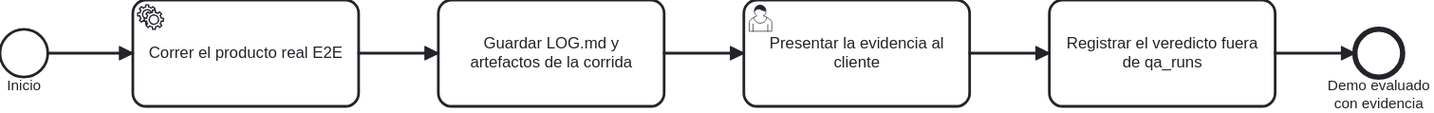
The BPMN diagram docs/atlas/render/15-gemba-as-is.svg in ArmandoMedina/jidoka, before a commit. Its source is kept beside it as docs/atlas/10-ritual/15-gemba-as-is.bpmn. Ids are renumbered. Source of this version:
```xml
<bpmn:definitions xmlns:bpmn="http://www.omg.org/spec/BPMN/20100524/MODEL" xmlns:bpmndi="http://www.omg.org/spec/BPMN/20100524/DI" xmlns:dc="http://www.omg.org/spec/DD/20100524/DC" xmlns:di="http://www.omg.org/spec/DD/20100524/DI" xmlns:xsi="http://www.w3.org/2001/XMLSchema-instance" id="Definitions_15_Gemba" targetNamespace="https://github.com/ArmandoMedina/jidoka/process-atlas" exporter="OpenAI BPMN Atlas Generator" exporterVersion="0.2" xmlns:modeler="http://camunda.org/schema/modeler/1.0" modeler:executionPlatform="Camunda Platform" modeler:executionPlatformVersion="7.18.0">
  <bpmn:process id="Process_Gemba" name="/jidoka:gemba — demostrar el incremento" isExecutable="false">
    <bpmn:documentation>Fuente: .claude/commands/jidoka/gemba.md</bpmn:documentation>
    <bpmn:startEvent id="Start" name="Inicio">
      <bpmn:outgoing>F_Start_Task_Correr</bpmn:outgoing>
    </bpmn:startEvent>
    <bpmn:serviceTask id="Task_Correr" name="Correr el producto real E2E">
      <bpmn:incoming>F_Start_Task_Correr</bpmn:incoming>
      <bpmn:outgoing>F_Task_Correr_Task_Evidencia</bpmn:outgoing>
    </bpmn:serviceTask>
    <bpmn:sequenceFlow id="F_Start_Task_Correr" sourceRef="Start" targetRef="Task_Correr"/>
    <bpmn:task id="Task_Evidencia" name="Guardar LOG.md y artefactos de la corrida">
      <bpmn:incoming>F_Task_Correr_Task_Evidencia</bpmn:incoming>
      <bpmn:outgoing>F_Task_Evidencia_Task_Presentar</bpmn:outgoing>
    </bpmn:task>
    <bpmn:sequenceFlow id="F_Task_Correr_Task_Evidencia" sourceRef="Task_Correr" targetRef="Task_Evidencia"/>
    <bpmn:userTask id="Task_Presentar" name="Presentar la evidencia al cliente">
      <bpmn:incoming>F_Task_Evidencia_Task_Presentar</bpmn:incoming>
      <bpmn:outgoing>F_Task_Presentar_Task_Vercedicto</bpmn:outgoing>
    </bpmn:userTask>
    <bpmn:sequenceFlow id="F_Task_Evidencia_Task_Presentar" sourceRef="Task_Evidencia" targetRef="Task_Presentar"/>
    <bpmn:task id="Task_Vercedicto" name="Registrar el veredicto fuera de qa_runs">
      <bpmn:incoming>F_Task_Presentar_Task_Vercedicto</bpmn:incoming>
      <bpmn:outgoing>F_Task_Vercedicto_End</bpmn:outgoing>
    </bpmn:task>
    <bpmn:sequenceFlow id="F_Task_Presentar_Task_Vercedicto" sourceRef="Task_Presentar" targetRef="Task_Vercedicto"/>
    <bpmn:endEvent id="End" name="Demo evaluado con evidencia">
      <bpmn:incoming>F_Task_Vercedicto_End</bpmn:incoming>
    </bpmn:endEvent>
    <bpmn:sequenceFlow id="F_Task_Vercedicto_End" sourceRef="Task_Vercedicto" targetRef="End"/>
  </bpmn:process>
  <bpmndi:BPMNDiagram id="Diagram_15_Gemba">
    <bpmndi:BPMNPlane id="Plane_Diagram_15_Gemba" bpmnElement="Process_Gemba">
      <bpmndi:BPMNShape id="Shape_Start" bpmnElement="Start">
        <dc:Bounds x="80" y="220" width="36" height="36"/>
      </bpmndi:BPMNShape>
      <bpmndi:BPMNShape id="Shape_Task_Correr" bpmnElement="Task_Correr">
        <dc:Bounds x="180" y="198" width="170" height="80"/>
      </bpmndi:BPMNShape>
      <bpmndi:BPMNEdge id="Edge_F_Start_Task_Correr" bpmnElement="F_Start_Task_Correr">
        <di:waypoint x="116" y="238"/>
        <di:waypoint x="180" y="238"/>
      </bpmndi:BPMNEdge>
      <bpmndi:BPMNShape id="Shape_Task_Evidencia" bpmnElement="Task_Evidencia">
        <dc:Bounds x="410" y="198" width="170" height="80"/>
      </bpmndi:BPMNShape>
      <bpmndi:BPMNEdge id="Edge_F_Task_Correr_Task_Evidencia" bpmnElement="F_Task_Correr_Task_Evidencia">
        <di:waypoint x="350" y="238"/>
        <di:waypoint x="410" y="238"/>
      </bpmndi:BPMNEdge>
      <bpmndi:BPMNShape id="Shape_Task_Presentar" bpmnElement="Task_Presentar">
        <dc:Bounds x="640" y="198" width="170" height="80"/>
      </bpmndi:BPMNShape>
      <bpmndi:BPMNEdge id="Edge_F_Task_Evidencia_Task_Presentar" bpmnElement="F_Task_Evidencia_Task_Presentar">
        <di:waypoint x="580" y="238"/>
        <di:waypoint x="640" y="238"/>
      </bpmndi:BPMNEdge>
      <bpmndi:BPMNShape id="Shape_Task_Vercedicto" bpmnElement="Task_Vercedicto">
        <dc:Bounds x="870" y="198" width="170" height="80"/>
      </bpmndi:BPMNShape>
      <bpmndi:BPMNEdge id="Edge_F_Task_Presentar_Task_Vercedicto" bpmnElement="F_Task_Presentar_Task_Vercedicto">
        <di:waypoint x="810" y="238"/>
        <di:waypoint x="870" y="238"/>
      </bpmndi:BPMNEdge>
      <bpmndi:BPMNShape id="Shape_End" bpmnElement="End">
        <dc:Bounds x="1100" y="220" width="36" height="36"/>
      </bpmndi:BPMNShape>
      <bpmndi:BPMNEdge id="Edge_F_Task_Vercedicto_End" bpmnElement="F_Task_Vercedicto_End">
        <di:waypoint x="1040" y="238"/>
        <di:waypoint x="1100" y="238"/>
      </bpmndi:BPMNEdge>
    </bpmndi:BPMNPlane>
  </bpmndi:BPMNDiagram>
</bpmn:definitions>
```
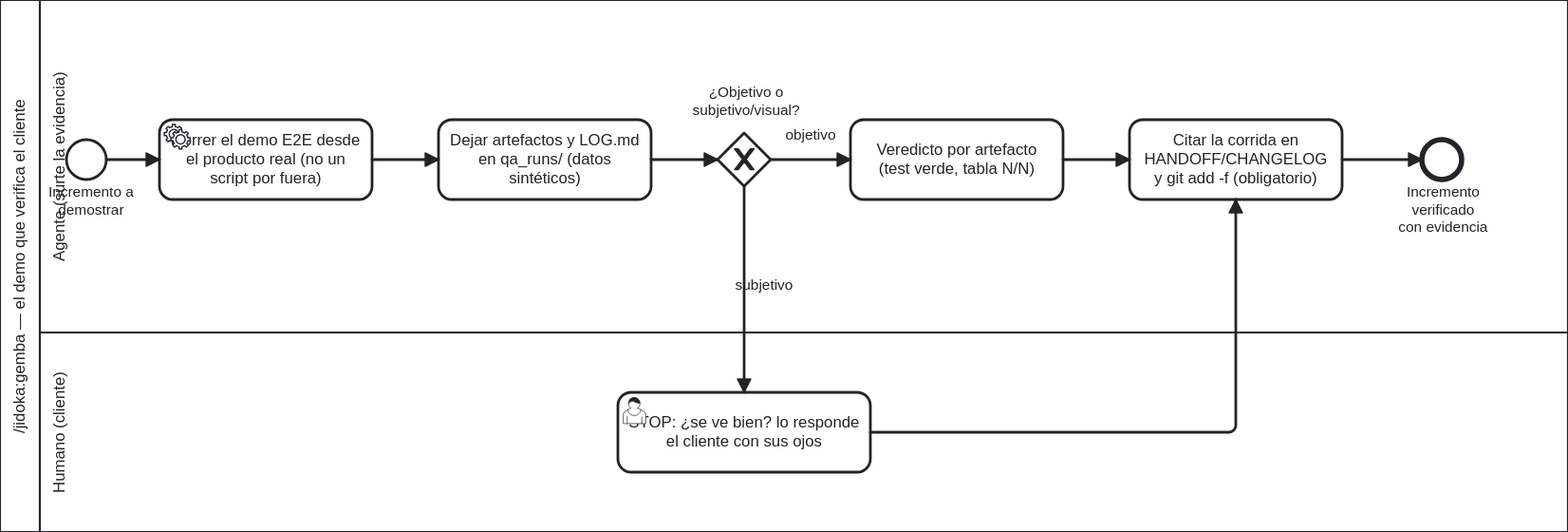
The same file after the commit.

Diff of the diagram source:
```diff
@@ -1,73 +1,134 @@
-<bpmn:definitions xmlns:bpmn="http://www.omg.org/spec/BPMN/20100524/MODEL" xmlns:bpmndi="http://www.omg.org/spec/BPMN/20100524/DI" xmlns:dc="http://www.omg.org/spec/DD/20100524/DC" xmlns:di="http://www.omg.org/spec/DD/20100524/DI" xmlns:xsi="http://www.w3.org/2001/XMLSchema-instance" id="Definitions_15_Gemba" targetNamespace="https://github.com/ArmandoMedina/jidoka/process-atlas" exporter="OpenAI BPMN Atlas Generator" exporterVersion="0.2" xmlns:modeler="http://camunda.org/schema/modeler/1.0" modeler:executionPlatform="Camunda Platform" modeler:executionPlatformVersion="7.18.0">
-  <bpmn:process id="Process_Gemba" name="/jidoka:gemba — demostrar el incremento" isExecutable="false">
-    <bpmn:documentation>Fuente: .claude/commands/jidoka/gemba.md</bpmn:documentation>
-    <bpmn:startEvent id="Start" name="Inicio">
-      <bpmn:outgoing>F_Start_Task_Correr</bpmn:outgoing>
+<bpmn:definitions xmlns:bpmn="http://www.omg.org/spec/BPMN/20100524/MODEL" xmlns:bpmndi="http://www.omg.org/spec/BPMN/20100524/DI" xmlns:dc="http://www.omg.org/spec/DD/20100524/DC" xmlns:di="http://www.omg.org/spec/DD/20100524/DI" xmlns:xsi="http://www.w3.org/2001/XMLSchema-instance" id="Definitions_15_Gemba" targetNamespace="https://github.com/ArmandoMedina/jidoka/process-atlas" exporter="Jidoka Atlas" exporterVersion="0.3" xmlns:modeler="http://camunda.org/schema/modeler/1.0" modeler:executionPlatform="Camunda Platform" modeler:executionPlatformVersion="7.18.0">
+  <bpmn:collaboration id="Collab_Gemba">
+    <bpmn:participant id="Pool_Gemba" name="/jidoka:gemba — el demo que verifica el cliente" processRef="Process_Gemba"/>
+  </bpmn:collaboration>
+  <bpmn:process id="Process_Gemba" name="/jidoka:gemba — producir la evidencia real del incremento" isExecutable="false">
+    <bpmn:documentation>Fuente: .claude/commands/jidoka/gemba.md. Carriles: el Agente corre el demo y surte la evidencia; el checkpoint visual lo responde el Humano con sus ojos.</bpmn:documentation>
+    <bpmn:laneSet id="LaneSet_Gemba">
+      <bpmn:lane id="Lane_Agente" name="Agente (surte la evidencia)">
+        <bpmn:flowNodeRef>Start</bpmn:flowNodeRef>
+        <bpmn:flowNodeRef>T_CorrerDemo</bpmn:flowNodeRef>
+        <bpmn:flowNodeRef>T_Artefactos</bpmn:flowNodeRef>
+        <bpmn:flowNodeRef>Gw_Tipo</bpmn:flowNodeRef>
+        <bpmn:flowNodeRef>T_Veredicto</bpmn:flowNodeRef>
+        <bpmn:flowNodeRef>T_Citar</bpmn:flowNodeRef>
+        <bpmn:flowNodeRef>End</bpmn:flowNodeRef>
+      </bpmn:lane>
+      <bpmn:lane id="Lane_Humano" name="Humano (cliente)">
+        <bpmn:flowNodeRef>U_Cliente</bpmn:flowNodeRef>
+      </bpmn:lane>
+    </bpmn:laneSet>
+    <bpmn:startEvent id="Start" name="Incremento a demostrar">
+      <bpmn:outgoing>f1</bpmn:outgoing>
     </bpmn:startEvent>
-    <bpmn:serviceTask id="Task_Correr" name="Correr el producto real E2E">
-      <bpmn:incoming>F_Start_Task_Correr</bpmn:incoming>
-      <bpmn:outgoing>F_Task_Correr_Task_Evidencia</bpmn:outgoing>
+    <bpmn:serviceTask id="T_CorrerDemo" name="Correr el demo E2E desde el producto real (no un script por fuera)">
+      <bpmn:incoming>f1</bpmn:incoming>
+      <bpmn:outgoing>f2</bpmn:outgoing>
     </bpmn:serviceTask>
-    <bpmn:sequenceFlow id="F_Start_Task_Correr" sourceRef="Start" targetRef="Task_Correr"/>
-    <bpmn:task id="Task_Evidencia" name="Guardar LOG.md y artefactos de la corrida">
-      <bpmn:incoming>F_Task_Correr_Task_Evidencia</bpmn:incoming>
-      <bpmn:outgoing>F_Task_Evidencia_Task_Presentar</bpmn:outgoing>
+    <bpmn:task id="T_Artefactos" name="Dejar artefactos y LOG.md en qa_runs/ (datos sintéticos)">
+      <bpmn:incoming>f2</bpmn:incoming>
+      <bpmn:outgoing>f3</bpmn:outgoing>
     </bpmn:task>
-    <bpmn:sequenceFlow id="F_Task_Correr_Task_Evidencia" sourceRef="Task_Correr" targetRef="Task_Evidencia"/>
-    <bpmn:userTask id="Task_Presentar" name="Presentar la evidencia al cliente">
-      <bpmn:incoming>F_Task_Evidencia_Task_Presentar</bpmn:incoming>
-      <bpmn:outgoing>F_Task_Presentar_Task_Vercedicto</bpmn:outgoing>
+    <bpmn:exclusiveGateway id="Gw_Tipo" name="¿Objetivo o subjetivo/visual?">
+      <bpmn:incoming>f3</bpmn:incoming>
+      <bpmn:outgoing>f_obj</bpmn:outgoing>
+      <bpmn:outgoing>f_subj</bpmn:outgoing>
+    </bpmn:exclusiveGateway>
+    <bpmn:task id="T_Veredicto" name="Veredicto por artefacto (test verde, tabla N/N)">
+      <bpmn:incoming>f_obj</bpmn:incoming>
+      <bpmn:outgoing>f_ver_citar</bpmn:outgoing>
+    </bpmn:task>
+    <bpmn:userTask id="U_Cliente" name="STOP: ¿se ve bien? lo responde el cliente con sus ojos">
+      <bpmn:incoming>f_subj</bpmn:incoming>
+      <bpmn:outgoing>f_cli_citar</bpmn:outgoing>
     </bpmn:userTask>
-    <bpmn:sequenceFlow id="F_Task_Evidencia_Task_Presentar" sourceRef="Task_Evidencia" targetRef="Task_Presentar"/>
-    <bpmn:task id="Task_Vercedicto" name="Registrar el veredicto fuera de qa_runs">
-      <bpmn:incoming>F_Task_Presentar_Task_Vercedicto</bpmn:incoming>
-      <bpmn:outgoing>F_Task_Vercedicto_End</bpmn:outgoing>
+    <bpmn:task id="T_Citar" name="Citar la corrida en HANDOFF/CHANGELOG y git add -f (obligatorio)">
+      <bpmn:incoming>f_ver_citar</bpmn:incoming>
+      <bpmn:incoming>f_cli_citar</bpmn:incoming>
+      <bpmn:outgoing>f_citar_end</bpmn:outgoing>
     </bpmn:task>
-    <bpmn:sequenceFlow id="F_Task_Presentar_Task_Vercedicto" sourceRef="Task_Presentar" targetRef="Task_Vercedicto"/>
-    <bpmn:endEvent id="End" name="Demo evaluado con evidencia">
-      <bpmn:incoming>F_Task_Vercedicto_End</bpmn:incoming>
+    <bpmn:endEvent id="End" name="Incremento verificado con evidencia">
+      <bpmn:incoming>f_citar_end</bpmn:incoming>
     </bpmn:endEvent>
-    <bpmn:sequenceFlow id="F_Task_Vercedicto_End" sourceRef="Task_Vercedicto" targetRef="End"/>
+    <bpmn:sequenceFlow id="f1" sourceRef="Start" targetRef="T_CorrerDemo"/>
+    <bpmn:sequenceFlow id="f2" sourceRef="T_CorrerDemo" targetRef="T_Artefactos"/>
+    <bpmn:sequenceFlow id="f3" sourceRef="T_Artefactos" targetRef="Gw_Tipo"/>
+    <bpmn:sequenceFlow id="f_obj" name="objetivo" sourceRef="Gw_Tipo" targetRef="T_Veredicto"/>
+    <bpmn:sequenceFlow id="f_subj" name="subjetivo" sourceRef="Gw_Tipo" targetRef="U_Cliente"/>
+    <bpmn:sequenceFlow id="f_ver_citar" sourceRef="T_Veredicto" targetRef="T_Citar"/>
+    <bpmn:sequenceFlow id="f_cli_citar" sourceRef="U_Cliente" targetRef="T_Citar"/>
+    <bpmn:sequenceFlow id="f_citar_end" sourceRef="T_Citar" targetRef="End"/>
   </bpmn:process>
   <bpmndi:BPMNDiagram id="Diagram_15_Gemba">
-    <bpmndi:BPMNPlane id="Plane_Diagram_15_Gemba" bpmnElement="Process_Gemba">
-      <bpmndi:BPMNShape id="Shape_Start" bpmnElement="Start">
-        <dc:Bounds x="80" y="220" width="36" height="36"/>
+    <bpmndi:BPMNPlane id="Plane_15_Gemba" bpmnElement="Collab_Gemba">
+      <bpmndi:BPMNShape id="S_Pool" bpmnElement="Pool_Gemba" isHorizontal="true">
+        <dc:Bounds x="160" y="80" width="1180" height="400"/>
       </bpmndi:BPMNShape>
-      <bpmndi:BPMNShape id="Shape_Task_Correr" bpmnElement="Task_Correr">
-        <dc:Bounds x="180" y="198" width="170" height="80"/>
+      <bpmndi:BPMNShape id="S_LaneA" bpmnElement="Lane_Agente" isHorizontal="true">
+        <dc:Bounds x="190" y="80" width="1150" height="250"/>
       </bpmndi:BPMNShape>
-      <bpmndi:BPMNEdge id="Edge_F_Start_Task_Correr" bpmnElement="F_Start_Task_Correr">
-        <di:waypoint x="116" y="238"/>
-        <di:waypoint x="180" y="238"/>
+      <bpmndi:BPMNShape id="S_LaneH" bpmnElement="Lane_Humano" isHorizontal="true">
+        <dc:Bounds x="190" y="330" width="1150" height="150"/>
+      </bpmndi:BPMNShape>
+      <bpmndi:BPMNShape id="S_Start" bpmnElement="Start">
+        <dc:Bounds x="210" y="185" width="30" height="30"/>
+        <bpmndi:BPMNLabel><dc:Bounds x="188" y="218" width="80" height="27"/></bpmndi:BPMNLabel>
+      </bpmndi:BPMNShape>
+      <bpmndi:BPMNShape id="S_TCorrerDemo" bpmnElement="T_CorrerDemo">
+        <dc:Bounds x="280" y="170" width="160" height="60"/>
+      </bpmndi:BPMNShape>
+      <bpmndi:BPMNShape id="S_TArtefactos" bpmnElement="T_Artefactos">
+        <dc:Bounds x="490" y="170" width="160" height="60"/>
+      </bpmndi:BPMNShape>
+      <bpmndi:BPMNShape id="S_GwTipo" bpmnElement="Gw_Tipo" isMarkerVisible="true">
+        <dc:Bounds x="700" y="180" width="40" height="40"/>
+        <bpmndi:BPMNLabel><dc:Bounds x="685" y="143" width="72" height="27"/></bpmndi:BPMNLabel>
+      </bpmndi:BPMNShape>
+      <bpmndi:BPMNShape id="S_TVeredicto" bpmnElement="T_Veredicto">
+        <dc:Bounds x="800" y="170" width="160" height="60"/>
+      </bpmndi:BPMNShape>
+      <bpmndi:BPMNShape id="S_UCliente" bpmnElement="U_Cliente">
+        <dc:Bounds x="625" y="375" width="190" height="60"/>
+      </bpmndi:BPMNShape>
+      <bpmndi:BPMNShape id="S_TCitar" bpmnElement="T_Citar">
+        <dc:Bounds x="1010" y="170" width="160" height="60"/>
+      </bpmndi:BPMNShape>
+      <bpmndi:BPMNShape id="S_End" bpmnElement="End">
+        <dc:Bounds x="1230" y="185" width="30" height="30"/>
+        <bpmndi:BPMNLabel><dc:Bounds x="1205" y="218" width="82" height="27"/></bpmndi:BPMNLabel>
+      </bpmndi:BPMNShape>
+      <bpmndi:BPMNEdge id="E_f1" bpmnElement="f1">
+        <di:waypoint x="240" y="200"/>
+        <di:waypoint x="280" y="200"/>
       </bpmndi:BPMNEdge>
-      <bpmndi:BPMNShape id="Shape_Task_Evidencia" bpmnElement="Task_Evidencia">
-        <dc:Bounds x="410" y="198" width="170" height="80"/>
-      </bpmndi:BPMNShape>
-      <bpmndi:BPMNEdge id="Edge_F_Task_Correr_Task_Evidencia" bpmnElement="F_Task_Correr_Task_Evidencia">
-        <di:waypoint x="350" y="238"/>
-        <di:waypoint x="410" y="238"/>
+      <bpmndi:BPMNEdge id="E_f2" bpmnElement="f2">
+        <di:waypoint x="440" y="200"/>
+        <di:waypoint x="490" y="200"/>
       </bpmndi:BPMNEdge>
-      <bpmndi:BPMNShape id="Shape_Task_Presentar" bpmnElement="Task_Presentar">
-        <dc:Bounds x="640" y="198" width="170" height="80"/>
-      </bpmndi:BPMNShape>
-      <bpmndi:BPMNEdge id="Edge_F_Task_Evidencia_Task_Presentar" bpmnElement="F_Task_Evidencia_Task_Presentar">
-        <di:waypoint x="580" y="238"/>
-        <di:waypoint x="640" y="238"/>
+      <bpmndi:BPMNEdge id="E_f3" bpmnElement="f3">
+        <di:waypoint x="650" y="200"/>
+        <di:waypoint x="700" y="200"/>
       </bpmndi:BPMNEdge>
-      <bpmndi:BPMNShape id="Shape_Task_Vercedicto" bpmnElement="Task_Vercedicto">
-        <dc:Bounds x="870" y="198" width="170" height="80"/>
-      </bpmndi:BPMNShape>
-      <bpmndi:BPMNEdge id="Edge_F_Task_Presentar_Task_Vercedicto" bpmnElement="F_Task_Presentar_Task_Vercedicto">
-        <di:waypoint x="810" y="238"/>
-        <di:waypoint x="870" y="238"/>
+      <bpmndi:BPMNEdge id="E_f_obj" bpmnElement="f_obj">
+        <di:waypoint x="740" y="200"/>
+        <di:waypoint x="800" y="200"/>
       </bpmndi:BPMNEdge>
-      <bpmndi:BPMNShape id="Shape_End" bpmnElement="End">
-        <dc:Bounds x="1100" y="220" width="36" height="36"/>
-      </bpmndi:BPMNShape>
-      <bpmndi:BPMNEdge id="Edge_F_Task_Vercedicto_End" bpmnElement="F_Task_Vercedicto_End">
-        <di:waypoint x="1040" y="238"/>
-        <di:waypoint x="1100" y="238"/>
+      <bpmndi:BPMNEdge id="E_f_subj" bpmnElement="f_subj">
+        <di:waypoint x="720" y="220"/>
+        <di:waypoint x="720" y="375"/>
+      </bpmndi:BPMNEdge>
+      <bpmndi:BPMNEdge id="E_f_ver_citar" bpmnElement="f_ver_citar">
+        <di:waypoint x="960" y="200"/>
+        <di:waypoint x="1010" y="200"/>
+      </bpmndi:BPMNEdge>
+      <bpmndi:BPMNEdge id="E_f_cli_citar" bpmnElement="f_cli_citar">
+        <di:waypoint x="815" y="405"/>
+        <di:waypoint x="1090" y="405"/>
+        <di:waypoint x="1090" y="230"/>
+      </bpmndi:BPMNEdge>
+      <bpmndi:BPMNEdge id="E_f_citar_end" bpmnElement="f_citar_end">
+        <di:waypoint x="1170" y="200"/>
+        <di:waypoint x="1230" y="200"/>
       </bpmndi:BPMNEdge>
     </bpmndi:BPMNPlane>
   </bpmndi:BPMNDiagram>
```
